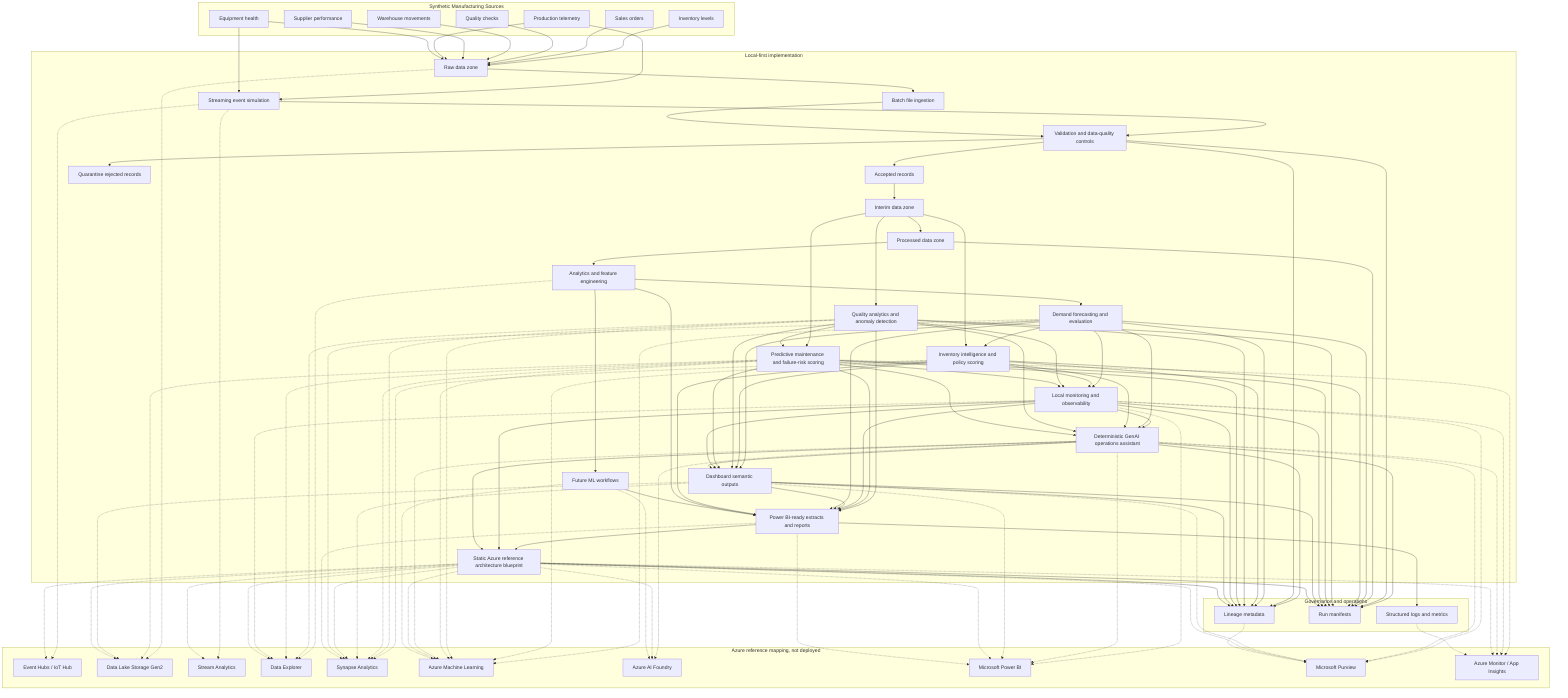
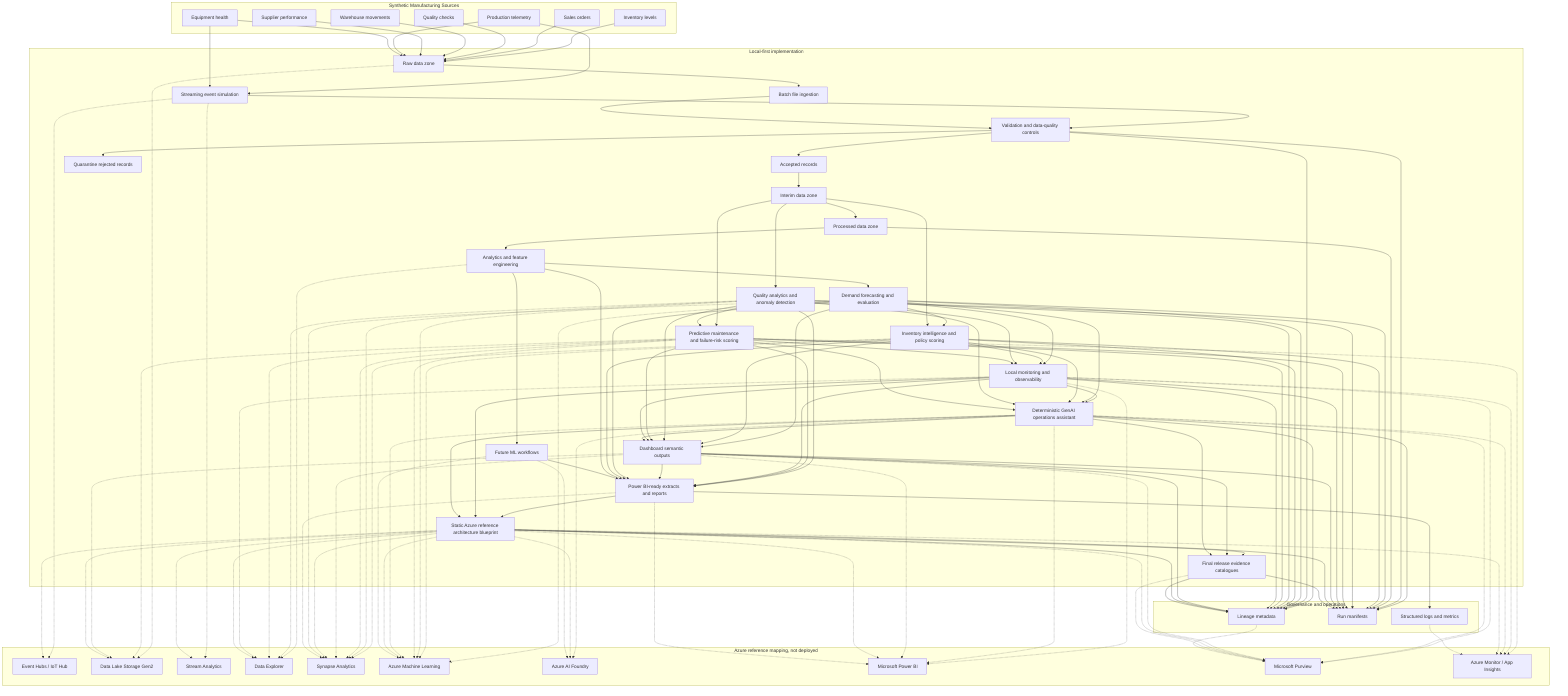
flowchart TD
    subgraph Sources["Synthetic Manufacturing Sources"]
        Production["Production telemetry"]
        Inventory["Inventory levels"]
        Sales["Sales orders"]
        Quality["Quality checks"]
        Equipment["Equipment health"]
        Warehouse["Warehouse movements"]
        Suppliers["Supplier performance"]
    end

    subgraph Local["Local-first implementation"]
        Raw["Raw data zone"]
        Batch["Batch file ingestion"]
        Stream["Streaming event simulation"]
        Validate["Validation and data-quality controls"]
        Accepted["Accepted records"]
        Quarantine["Quarantine rejected records"]
        Interim["Interim data zone"]
        Processed["Processed data zone"]
        Features["Analytics and feature engineering"]
        Forecasting["Demand forecasting and evaluation"]
        InventoryIntel["Inventory intelligence and policy scoring"]
        QualityAnalytics["Quality analytics and anomaly detection"]
        MaintenanceAnalytics["Predictive maintenance and failure-risk scoring"]
        MonitoringAnalytics["Local monitoring and observability"]
        GenAIAssistant["Deterministic GenAI operations assistant"]
        DashboardOutputs["Dashboard semantic outputs"]
        ArchitectureBlueprint["Static Azure reference architecture blueprint"]
+         ReleaseEvidence["Final release evidence catalogues"]
        ML["Future ML workflows"]
        Reporting["Power BI-ready extracts and reports"]
    end

    subgraph Governance["Governance and operations"]
        Lineage["Lineage metadata"]
        Manifests["Run manifests"]
        Logs["Structured logs and metrics"]
    end

    subgraph Azure["Azure reference mapping, not deployed"]
        EventHubs["Event Hubs / IoT Hub"]
        ADLS["Data Lake Storage Gen2"]
        StreamAnalytics["Stream Analytics"]
        ADX["Data Explorer"]
        Synapse["Synapse Analytics"]
        AzureML["Azure Machine Learning"]
        Foundry["Azure AI Foundry"]
        PowerBI["Microsoft Power BI"]
        Purview["Microsoft Purview"]
        Monitor["Azure Monitor / App Insights"]
    end

    Production --> Stream
    Equipment --> Stream
    Inventory --> Raw
    Sales --> Raw
    Quality --> Raw
    Warehouse --> Raw
    Suppliers --> Raw
    Production --> Raw
    Equipment --> Raw
    Raw --> Batch
    Stream --> Validate
    Batch --> Validate
    Validate --> Accepted
    Validate --> Quarantine
    Accepted --> Interim
    Interim --> Processed
    Processed --> Features
    Features --> Forecasting
    Forecasting --> InventoryIntel
    Interim --> InventoryIntel
    Interim --> QualityAnalytics
    Interim --> MaintenanceAnalytics
    QualityAnalytics --> MaintenanceAnalytics
    QualityAnalytics --> Reporting
    MaintenanceAnalytics --> Reporting
    Forecasting --> MonitoringAnalytics
    InventoryIntel --> MonitoringAnalytics
    QualityAnalytics --> MonitoringAnalytics
    MaintenanceAnalytics --> MonitoringAnalytics
    MonitoringAnalytics --> Reporting
    MonitoringAnalytics --> GenAIAssistant
    Forecasting --> GenAIAssistant
    InventoryIntel --> GenAIAssistant
    QualityAnalytics --> GenAIAssistant
    MaintenanceAnalytics --> GenAIAssistant
    Forecasting --> DashboardOutputs
    InventoryIntel --> DashboardOutputs
    QualityAnalytics --> DashboardOutputs
    MaintenanceAnalytics --> DashboardOutputs
    MonitoringAnalytics --> DashboardOutputs
    GenAIAssistant --> DashboardOutputs
    DashboardOutputs --> Reporting
    Reporting --> ArchitectureBlueprint
    MonitoringAnalytics --> ArchitectureBlueprint
    GenAIAssistant --> ArchitectureBlueprint
+     ArchitectureBlueprint --> ReleaseEvidence
+     DashboardOutputs --> ReleaseEvidence
+     GenAIAssistant --> ReleaseEvidence
    GenAIAssistant --> Lineage
    GenAIAssistant --> Manifests
    Forecasting --> Reporting
    InventoryIntel --> Reporting
    Features --> ML
    Features --> Reporting
    ML --> Reporting
    Validate --> Lineage
    Validate --> Manifests
    Processed --> Manifests
    Reporting --> Logs
    Forecasting --> Lineage
    Forecasting --> Manifests
    InventoryIntel --> Lineage
    InventoryIntel --> Manifests
    QualityAnalytics --> Lineage
    QualityAnalytics --> Manifests
    MaintenanceAnalytics --> Lineage
    MaintenanceAnalytics --> Manifests
    MonitoringAnalytics --> Lineage
    MonitoringAnalytics --> Manifests
    DashboardOutputs --> Lineage
    DashboardOutputs --> Manifests
    ArchitectureBlueprint --> Lineage
    ArchitectureBlueprint --> Manifests
+     ReleaseEvidence --> Lineage
+     ReleaseEvidence --> Manifests

    Stream -.-> EventHubs
    Raw -.-> ADLS
    Stream -.-> StreamAnalytics
    Features -.-> ADX
    Forecasting -.-> AzureML
    InventoryIntel -.-> AzureML
    InventoryIntel -.-> Synapse
    QualityAnalytics -.-> ADX
    QualityAnalytics -.-> AzureML
    QualityAnalytics -.-> Synapse
    MaintenanceAnalytics -.-> ADLS
    MaintenanceAnalytics -.-> ADX
    MaintenanceAnalytics -.-> AzureML
    MaintenanceAnalytics -.-> Synapse
    MaintenanceAnalytics -.-> Monitor
    MonitoringAnalytics -.-> Monitor
    MonitoringAnalytics -.-> ADX
    MonitoringAnalytics -.-> Purview
    MonitoringAnalytics -.-> PowerBI
    GenAIAssistant -.-> Foundry
    GenAIAssistant -.-> AzureML
    GenAIAssistant -.-> Purview
    GenAIAssistant -.-> Monitor
    GenAIAssistant -.-> PowerBI
    DashboardOutputs -.-> Synapse
    DashboardOutputs -.-> ADLS
    DashboardOutputs -.-> Purview
    DashboardOutputs -.-> PowerBI
    ArchitectureBlueprint -.-> EventHubs
    ArchitectureBlueprint -.-> ADLS
    ArchitectureBlueprint -.-> StreamAnalytics
    ArchitectureBlueprint -.-> ADX
    ArchitectureBlueprint -.-> Synapse
    ArchitectureBlueprint -.-> AzureML
    ArchitectureBlueprint -.-> Foundry
    ArchitectureBlueprint -.-> PowerBI
    ArchitectureBlueprint -.-> Purview
    ArchitectureBlueprint -.-> Monitor
+     ReleaseEvidence -.-> Purview
    Forecasting -.-> Synapse
    Reporting -.-> Synapse
    ML -.-> AzureML
    Reporting -.-> PowerBI
    Lineage -.-> Purview
    Logs -.-> Monitor
    ML -.-> Foundry
